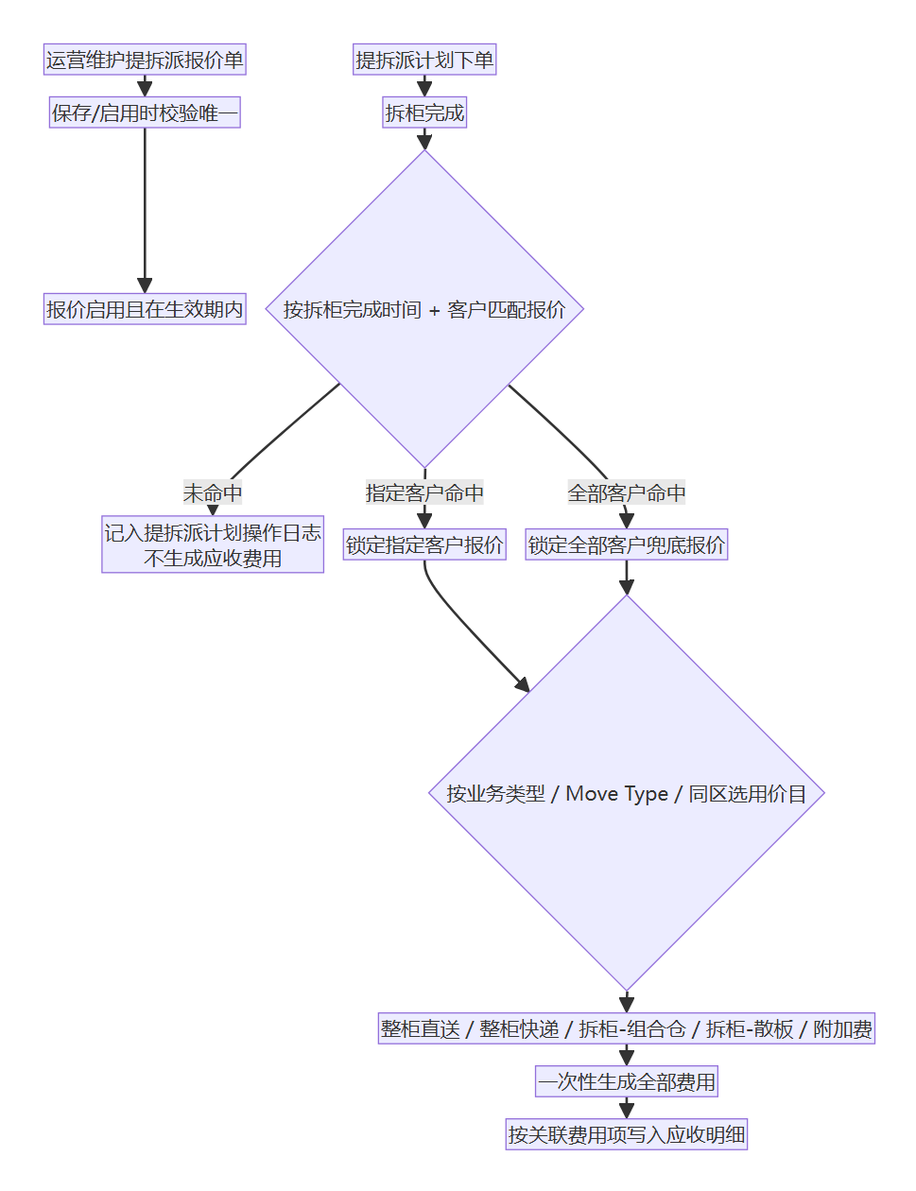
Junia-Pan/MEEKOO keeps this Mermaid diagram as admin/docs/images/提拆派报价/05-核心业务流程.png. Above is the earlier version. Its source is kept beside it as admin/docs/diagrams/提拆派报价/05-核心业务流程.mmd.
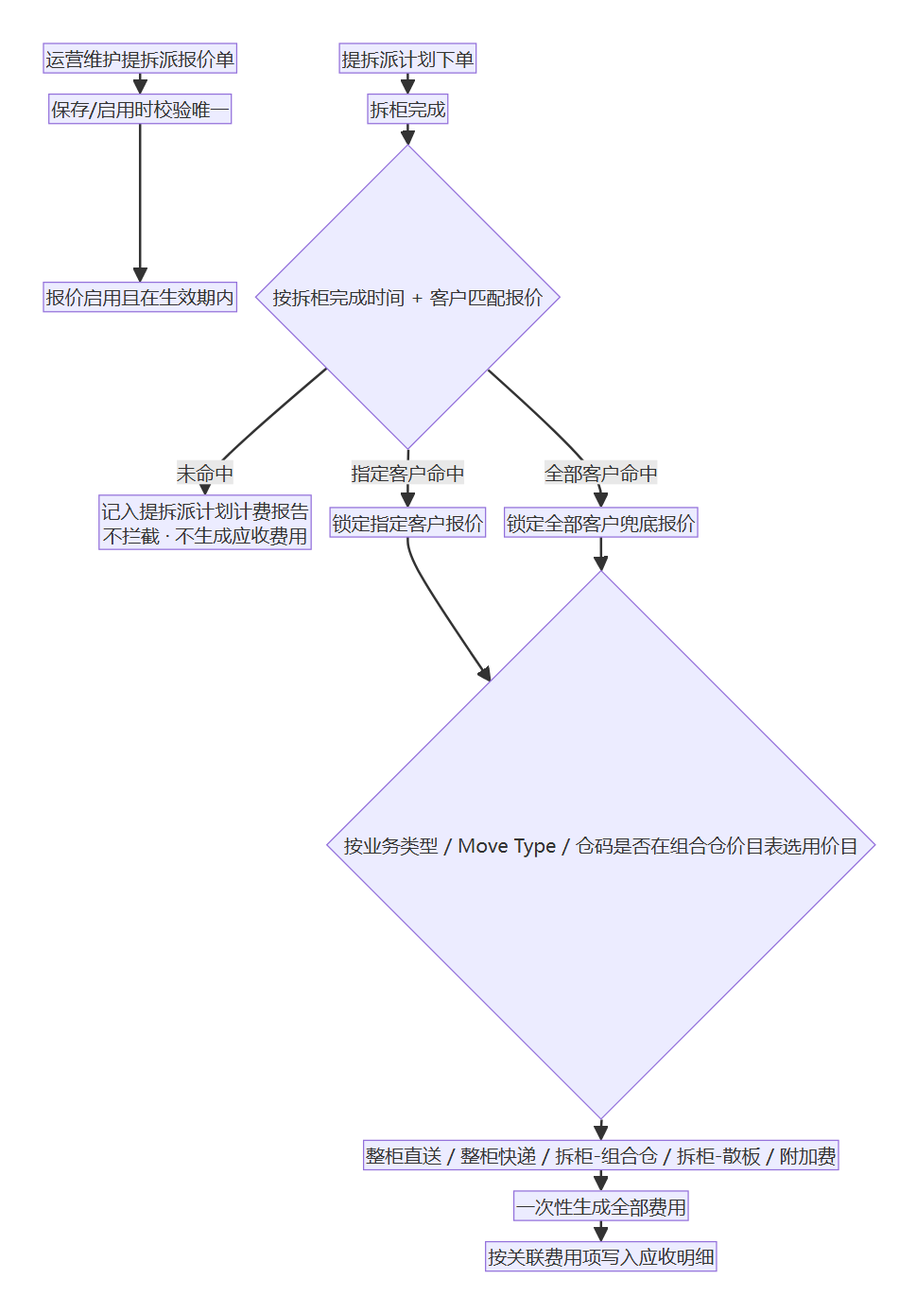
Later version of the same file.

What changed in the source:
```diff
@@ -4,10 +4,10 @@
     A1 --> B[报价启用且在生效期内]
     C[提拆派计划下单] --> I[拆柜完成]
     I --> D{按拆柜完成时间 + 客户匹配报价}
-    D -->|未命中| L[记入提拆派计划操作日志<br/>不生成应收费用]
+    D -->|未命中| L[记入提拆派计划计费报告<br/>不拦截 · 不生成应收费用]
     D -->|指定客户命中| E[锁定指定客户报价]
     D -->|全部客户命中| F[锁定全部客户兜底报价]
-    E --> G{按业务类型 / Move Type / 同区选用价目}
+    E --> G{按业务类型 / Move Type / 仓码是否在组合仓价目表选用价目}
     F --> G
     G --> H[整柜直送 / 整柜快递 / 拆柜-组合仓 / 拆柜-散板 / 附加费]
     H --> J[一次性生成全部费用]
```
